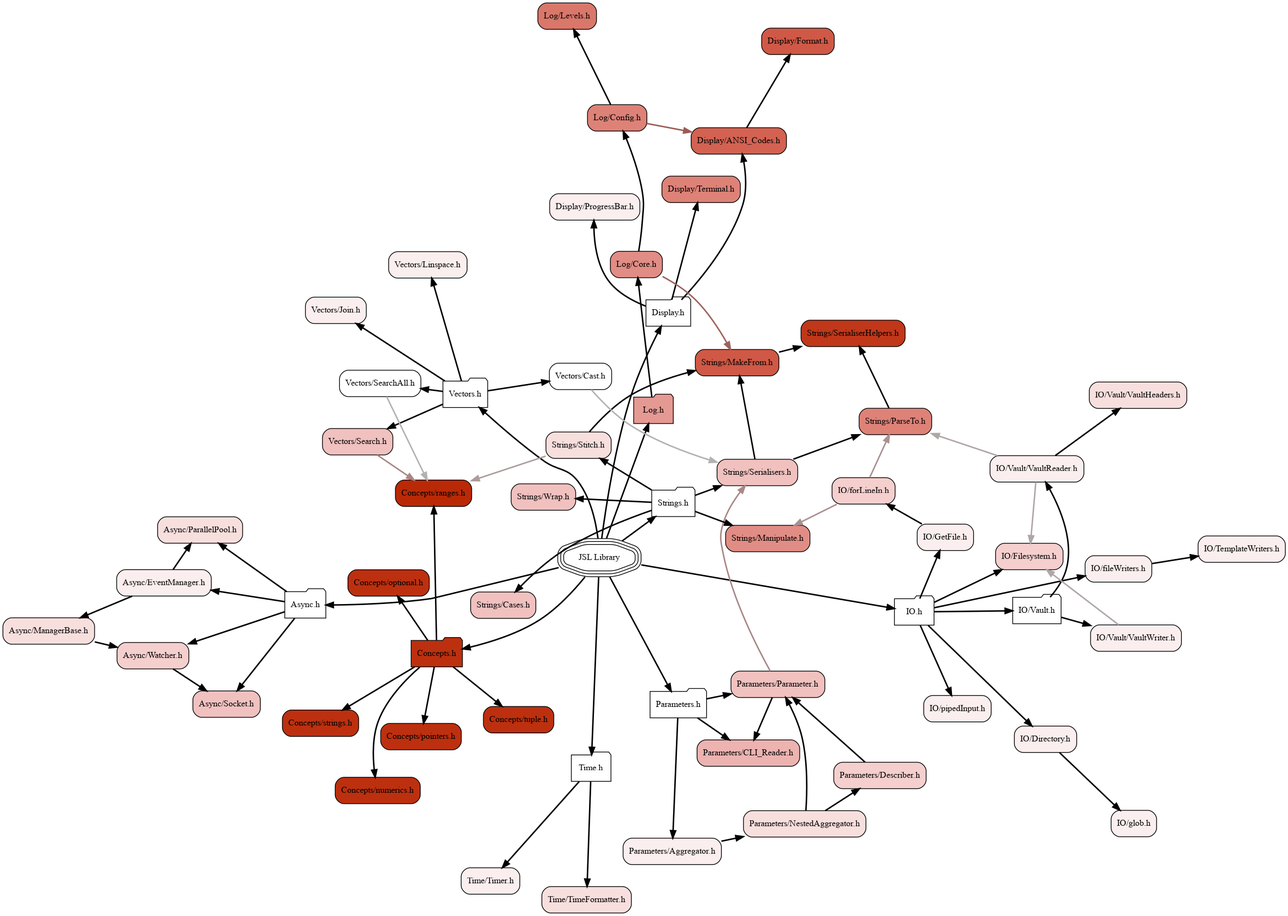
DrFraserGovil/JSL keeps this Graphviz diagram as docs/visualiser/heatmap.png. Above is the earlier version. Its source is kept beside it as docs/visualiser/heatmap.dot.
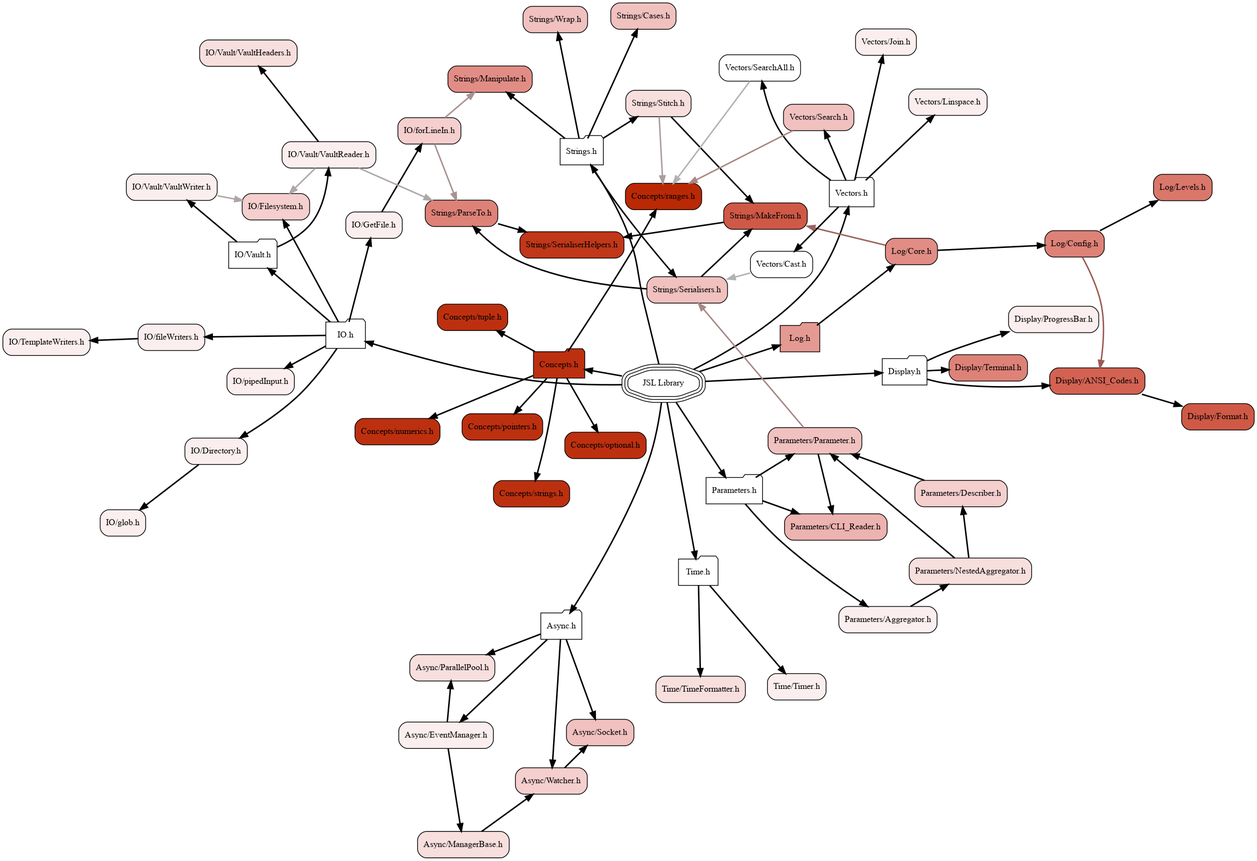
Above is the later version.

What changed in the source:
```diff
@@ -68,15 +68,15 @@
 	node[fillcolor="#fbeeee", style="rounded,filled", shape=box, color="black"] "Vectors/Linspace.h"              [label="Vectors/Linspace.h"]
 	node[fillcolor="#f0c1bf", style="rounded,filled", shape=box, color="black"] "Vectors/Search.h"                [label="Vectors/Search.h"]
 	node[fillcolor="#ffffff", style="rounded,filled", shape=box, color="black"] "Vectors/SearchAll.h"             [label="Vectors/SearchAll.h"]
+	"JSL.h"                           -> "Vectors.h"[weight=10000,penwidth=2]
 	"JSL.h"                           -> "Async.h"[weight=10000,penwidth=2]
-	"JSL.h"                           -> "Time.h"[weight=10000,penwidth=2]
-	"JSL.h"                           -> "Vectors.h"[weight=10000,penwidth=2]
-	"JSL.h"                           -> "Strings.h"[weight=10000,penwidth=2]
-	"JSL.h"                           -> "Concepts.h"[weight=10000,penwidth=2]
-	"JSL.h"                           -> "IO.h"[weight=10000,penwidth=2]
-	"JSL.h"                           -> "Log.h"[weight=10000,penwidth=2]
 	"JSL.h"                           -> "Display.h"[weight=10000,penwidth=2]
 	"JSL.h"                           -> "Parameters.h"[weight=10000,penwidth=2]
+	"JSL.h"                           -> "Strings.h"[weight=10000,penwidth=2]
+	"JSL.h"                           -> "Time.h"[weight=10000,penwidth=2]
+	"JSL.h"                           -> "Concepts.h"[weight=10000,penwidth=2]
+	"JSL.h"                           -> "Log.h"[weight=10000,penwidth=2]
+	"JSL.h"                           -> "IO.h"[weight=10000,penwidth=2]
 	"Async.h"                         -> "Async/Socket.h"[weight=10000,penwidth=2]
 	"Async.h"                         -> "Async/Watcher.h"[weight=10000,penwidth=2]
 	"Async.h"                         -> "Async/EventManager.h"[weight=10000,penwidth=2]
@@ -85,22 +85,22 @@
 	"Async/EventManager.h"            -> "Async/ParallelPool.h"[weight=10000,penwidth=2]
 	"Async/ManagerBase.h"             -> "Async/Watcher.h"[weight=10000,penwidth=2]
 	"Async/Watcher.h"                 -> "Async/Socket.h"[weight=10000,penwidth=2]
+	"Concepts.h"                      -> "Concepts/ranges.h"[weight=10000,penwidth=2]
+	"Concepts.h"                      -> "Concepts/strings.h"[weight=10000,penwidth=2]
+	"Concepts.h"                      -> "Concepts/pointers.h"[weight=10000,penwidth=2]
 	"Concepts.h"                      -> "Concepts/optional.h"[weight=10000,penwidth=2]
+	"Concepts.h"                      -> "Concepts/tuple.h"[weight=10000,penwidth=2]
 	"Concepts.h"                      -> "Concepts/numerics.h"[weight=10000,penwidth=2]
-	"Concepts.h"                      -> "Concepts/pointers.h"[weight=10000,penwidth=2]
-	"Concepts.h"                      -> "Concepts/strings.h"[weight=10000,penwidth=2]
-	"Concepts.h"                      -> "Concepts/ranges.h"[weight=10000,penwidth=2]
-	"Concepts.h"                      -> "Concepts/tuple.h"[weight=10000,penwidth=2]
 	"Display.h"                       -> "Display/ProgressBar.h"[weight=10000,penwidth=2]
+	"Display.h"                       -> "Display/ANSI_Codes.h"[weight=10000,penwidth=2]
 	"Display.h"                       -> "Display/Terminal.h"[weight=10000,penwidth=2]
-	"Display.h"                       -> "Display/ANSI_Codes.h"[weight=10000,penwidth=2]
 	"Display/ANSI_Codes.h"            -> "Display/Format.h"[weight=10000,penwidth=2]
 	"IO.h"                            -> "IO/Vault.h"[weight=10000,penwidth=2]
 	"IO.h"                            -> "IO/Filesystem.h"[weight=10000,penwidth=2]
+	"IO.h"                            -> "IO/Directory.h"[weight=10000,penwidth=2]
 	"IO.h"                            -> "IO/fileWriters.h"[weight=10000,penwidth=2]
+	"IO.h"                            -> "IO/pipedInput.h"[weight=10000,penwidth=2]
 	"IO.h"                            -> "IO/GetFile.h"[weight=10000,penwidth=2]
-	"IO.h"                            -> "IO/Directory.h"[weight=10000,penwidth=2]
-	"IO.h"                            -> "IO/pipedInput.h"[weight=10000,penwidth=2]
 	"IO/Directory.h"                  -> "IO/glob.h"[weight=10000,penwidth=2]
 	"IO/GetFile.h"                    -> "IO/forLineIn.h"[weight=10000,penwidth=2]
 	"IO/Vault.h"                      -> "IO/Vault/VaultWriter.h"[weight=10000,penwidth=2]
@@ -110,20 +110,20 @@
 	"IO/Vault/VaultReader.h"          -> "Strings/ParseTo.h"[constraint=false,weight=0,penwidth=2,color="#afa6a6"]
 	"IO/Vault/VaultWriter.h"          -> "IO/Filesystem.h"[constraint=true,weight=0,penwidth=2,color="#afa6a6"]
 	"IO/fileWriters.h"                -> "IO/TemplateWriters.h"[weight=10000,penwidth=2]
+	"IO/forLineIn.h"                  -> "Strings/ParseTo.h"[constraint=false,weight=0,penwidth=2,color="#aa9090"]
 	"IO/forLineIn.h"                  -> "Strings/Manipulate.h"[constraint=true,weight=0,penwidth=2,color="#aa9090"]
-	"IO/forLineIn.h"                  -> "Strings/ParseTo.h"[constraint=false,weight=0,penwidth=2,color="#aa9090"]
 	"Log.h"                           -> "Log/Core.h"[weight=10000,penwidth=2]
 	"Log/Config.h"                    -> "Display/ANSI_Codes.h"[constraint=false,weight=0,penwidth=2,color="#9b5b54"]
 	"Log/Config.h"                    -> "Log/Levels.h"[weight=10000,penwidth=2]
+	"Log/Core.h"                      -> "Strings/MakeFrom.h"[constraint=true,weight=0,penwidth=2,color="#9d625d"]
 	"Log/Core.h"                      -> "Log/Config.h"[weight=10000,penwidth=2]
-	"Log/Core.h"                      -> "Strings/MakeFrom.h"[constraint=true,weight=0,penwidth=2,color="#9d625d"]
 	"Parameters.h"                    -> "Parameters/Parameter.h"[weight=10000,penwidth=2]
 	"Parameters.h"                    -> "Parameters/Aggregator.h"[weight=10000,penwidth=2]
 	"Parameters.h"                    -> "Parameters/CLI_Reader.h"[weight=10000,penwidth=2]
 	"Parameters/Aggregator.h"         -> "Parameters/NestedAggregator.h"[weight=10000,penwidth=2]
 	"Parameters/Describer.h"          -> "Parameters/Parameter.h"[weight=10000,penwidth=2]
+	"Parameters/NestedAggregator.h"   -> "Parameters/Parameter.h"[weight=10000,penwidth=2]
 	"Parameters/NestedAggregator.h"   -> "Parameters/Describer.h"[weight=10000,penwidth=2]
-	"Parameters/NestedAggregator.h"   -> "Parameters/Parameter.h"[weight=10000,penwidth=2]
 	"Parameters/Parameter.h"          -> "Parameters/CLI_Reader.h"[weight=10000,penwidth=2]
 	"Parameters/Parameter.h"          -> "Strings/Serialisers.h"[constraint=false,weight=0,penwidth=2,color="#a88785"]
 	"Strings.h"                       -> "Strings/Serialisers.h"[weight=10000,penwidth=2]
@@ -135,8 +135,8 @@
 	"Strings/ParseTo.h"               -> "Strings/SerialiserHelpers.h"[weight=10000,penwidth=2]
 	"Strings/Serialisers.h"           -> "Strings/ParseTo.h"[weight=10000,penwidth=2]
 	"Strings/Serialisers.h"           -> "Strings/MakeFrom.h"[weight=10000,penwidth=2]
+	"Strings/Stitch.h"                -> "Concepts/ranges.h"[constraint=false,weight=0,penwidth=2,color="#ac9c9b"]
 	"Strings/Stitch.h"                -> "Strings/MakeFrom.h"[weight=10000,penwidth=2]
-	"Strings/Stitch.h"                -> "Concepts/ranges.h"[constraint=false,weight=0,penwidth=2,color="#ac9c9b"]
 	"Time.h"                          -> "Time/Timer.h"[weight=10000,penwidth=2]
 	"Time.h"                          -> "Time/TimeFormatter.h"[weight=10000,penwidth=2]
 	"Vectors.h"                       -> "Vectors/Cast.h"[weight=10000,penwidth=2]
```
